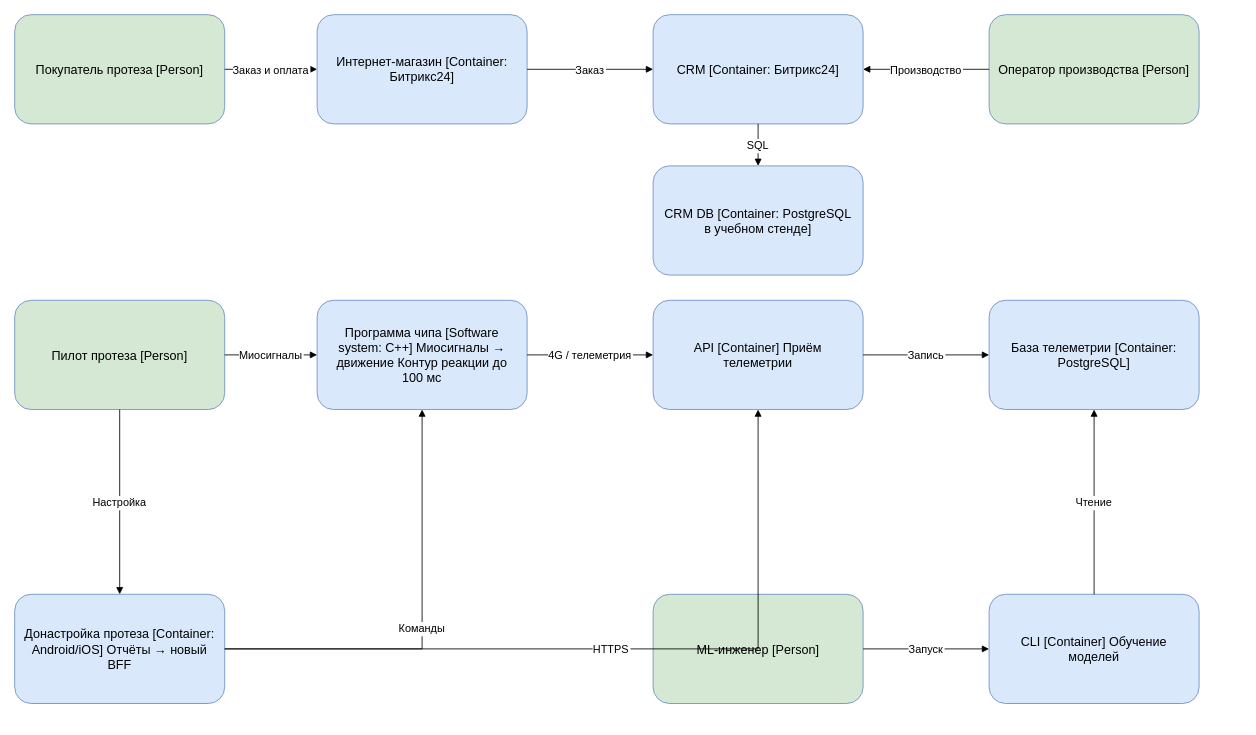
Before: page "C4 — существующий контур" (1 of 3) of docs/bionicpro.drawio in Rainbow42/architecture-bionicpro, a draw.io diagram. Source tidied: cells renumbered, new cells numbered last; positions are measured from the earlier drawing's top-left corner, leaving out a move shared by most shapes. Both pictures are drawn from the tidied source at 84%, with x=0, y=0 at pixel (14, 14).
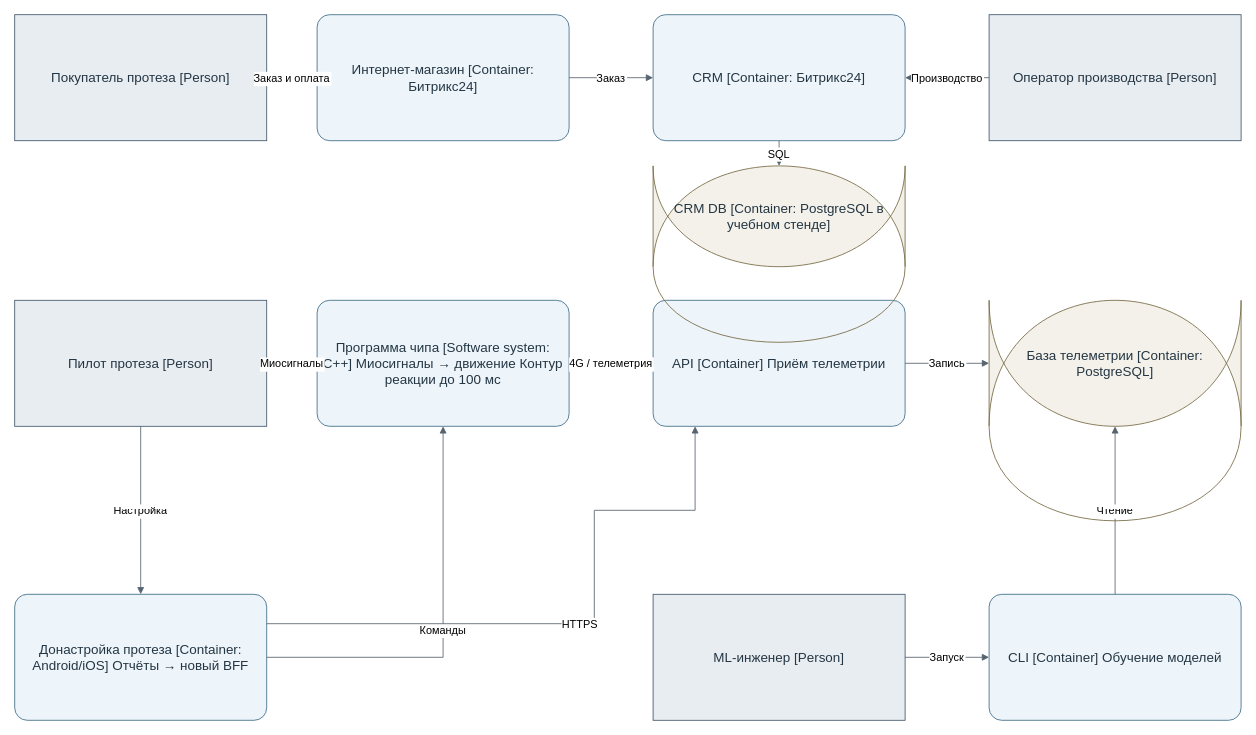
The same diagram, later.

The edit, as a diff of the source:
```diff
@@
-    <mxCell id="2" value="Покупатель протеза [Person]" style="rounded=1;whiteSpace=wrap;html=0;fontSize=15;fillColor=#d5e8d4;strokeColor=#6c8ebf;spacing=10;" parent="1" vertex="1">
-      <mxGeometry width="250" height="130" as="geometry" />
+    <mxCell id="2" value="Покупатель протеза [Person]" style="whiteSpace=wrap;html=0;fontSize=16;spacing=8;fillColor=#e8edf2;strokeColor=#42566a;fontColor=#243643;rounded=0;" parent="1" vertex="1">
+      <mxGeometry width="300" height="150" as="geometry" />
     </mxCell>
-    <mxCell id="3" value="Интернет-магазин [Container: Битрикс24]" style="rounded=1;whiteSpace=wrap;html=0;fontSize=15;fillColor=#dae8fc;strokeColor=#6c8ebf;spacing=10;" parent="1" vertex="1">
-      <mxGeometry x="360" width="250" height="130" as="geometry" />
+    <mxCell id="3" value="Интернет-магазин [Container:&#10;Битрикс24]" style="whiteSpace=wrap;html=0;fontSize=16;spacing=8;fillColor=#edf4fa;strokeColor=#3f6a87;fontColor=#243643;rounded=1;arcSize=10;" parent="1" vertex="1">
+      <mxGeometry x="360" width="300" height="150" as="geometry" />
     </mxCell>
-    <mxCell id="4" value="CRM [Container: Битрикс24]" style="rounded=1;whiteSpace=wrap;html=0;fontSize=15;fillColor=#dae8fc;strokeColor=#6c8ebf;spacing=10;" parent="1" vertex="1">
-      <mxGeometry x="760" width="250" height="130" as="geometry" />
+    <mxCell id="4" value="CRM [Container: Битрикс24]" style="whiteSpace=wrap;html=0;fontSize=16;spacing=8;fillColor=#edf4fa;strokeColor=#3f6a87;fontColor=#243643;rounded=1;arcSize=10;" parent="1" vertex="1">
+      <mxGeometry x="760" width="300" height="150" as="geometry" />
     </mxCell>
-    <mxCell id="5" value="Оператор производства [Person]" style="rounded=1;whiteSpace=wrap;html=0;fontSize=15;fillColor=#d5e8d4;strokeColor=#6c8ebf;spacing=10;" parent="1" vertex="1">
-      <mxGeometry x="1160" width="250" height="130" as="geometry" />
+    <mxCell id="5" value="Оператор производства [Person]" style="whiteSpace=wrap;html=0;fontSize=16;spacing=8;fillColor=#e8edf2;strokeColor=#42566a;fontColor=#243643;rounded=0;" parent="1" vertex="1">
+      <mxGeometry x="1160" width="300" height="150" as="geometry" />
     </mxCell>
-    <mxCell id="6" value="Пилот протеза [Person]" style="rounded=1;whiteSpace=wrap;html=0;fontSize=15;fillColor=#d5e8d4;strokeColor=#6c8ebf;spacing=10;" parent="1" vertex="1">
-      <mxGeometry y="340" width="250" height="130" as="geometry" />
+    <mxCell id="6" value="Пилот протеза [Person]" style="whiteSpace=wrap;html=0;fontSize=16;spacing=8;fillColor=#e8edf2;strokeColor=#42566a;fontColor=#243643;rounded=0;" parent="1" vertex="1">
+      <mxGeometry y="340" width="300" height="150" as="geometry" />
     </mxCell>
-    <mxCell id="7" value="Программа чипа [Software system: C++] Миосигналы → движение Контур реакции до 100 мс" style="rounded=1;whiteSpace=wrap;html=0;fontSize=15;fillColor=#dae8fc;strokeColor=#6c8ebf;spacing=10;" parent="1" vertex="1">
-      <mxGeometry x="360" y="340" width="250" height="130" as="geometry" />
+    <mxCell id="7" value="Программа чипа [Software system:&#10;C++] Миосигналы → движение Контур&#10;реакции до 100 мс" style="whiteSpace=wrap;html=0;fontSize=16;spacing=8;fillColor=#edf4fa;strokeColor=#3f6a87;fontColor=#243643;rounded=1;arcSize=10;" parent="1" vertex="1">
+      <mxGeometry x="360" y="340" width="300" height="150" as="geometry" />
     </mxCell>
-    <mxCell id="8" value="API [Container] Приём телеметрии" style="rounded=1;whiteSpace=wrap;html=0;fontSize=15;fillColor=#dae8fc;strokeColor=#6c8ebf;spacing=10;" parent="1" vertex="1">
-      <mxGeometry x="760" y="340" width="250" height="130" as="geometry" />
+    <mxCell id="8" value="API [Container] Приём телеметрии" style="whiteSpace=wrap;html=0;fontSize=16;spacing=8;fillColor=#edf4fa;strokeColor=#3f6a87;fontColor=#243643;rounded=1;arcSize=10;" parent="1" vertex="1">
+      <mxGeometry x="760" y="340" width="300" height="150" as="geometry" />
     </mxCell>
-    <mxCell id="9" value="База телеметрии [Container: PostgreSQL]" style="rounded=1;whiteSpace=wrap;html=0;fontSize=15;fillColor=#dae8fc;strokeColor=#6c8ebf;spacing=10;" parent="1" vertex="1">
-      <mxGeometry x="1160" y="340" width="250" height="130" as="geometry" />
+    <mxCell id="9" value="База телеметрии [Container:&#10;PostgreSQL]" style="whiteSpace=wrap;html=0;fontSize=16;spacing=8;fillColor=#f3f1e9;strokeColor=#756842;fontColor=#243643;shape=cylinder;size=15;" parent="1" vertex="1">
+      <mxGeometry x="1160" y="340" width="300" height="150" as="geometry" />
     </mxCell>
-    <mxCell id="10" value="Донастройка протеза [Container: Android/iOS] Отчёты → новый BFF" style="rounded=1;whiteSpace=wrap;html=0;fontSize=15;fillColor=#dae8fc;strokeColor=#6c8ebf;spacing=10;" parent="1" vertex="1">
-      <mxGeometry y="690" width="250" height="130" as="geometry" />
+    <mxCell id="10" value="Донастройка протеза [Container:&#10;Android/iOS] Отчёты → новый BFF" style="whiteSpace=wrap;html=0;fontSize=16;spacing=8;fillColor=#edf4fa;strokeColor=#3f6a87;fontColor=#243643;rounded=1;arcSize=10;" parent="1" vertex="1">
+      <mxGeometry y="690" width="300" height="150" as="geometry" />
     </mxCell>
-    <mxCell id="11" value="ML-инженер [Person]" style="rounded=1;whiteSpace=wrap;html=0;fontSize=15;fillColor=#d5e8d4;strokeColor=#6c8ebf;spacing=10;" parent="1" vertex="1">
-      <mxGeometry x="760" y="690" width="250" height="130" as="geometry" />
+    <mxCell id="11" value="ML-инженер [Person]" style="whiteSpace=wrap;html=0;fontSize=16;spacing=8;fillColor=#e8edf2;strokeColor=#42566a;fontColor=#243643;rounded=0;" parent="1" vertex="1">
+      <mxGeometry x="760" y="690" width="300" height="150" as="geometry" />
     </mxCell>
-    <mxCell id="12" value="CLI [Container] Обучение моделей" style="rounded=1;whiteSpace=wrap;html=0;fontSize=15;fillColor=#dae8fc;strokeColor=#6c8ebf;spacing=10;" parent="1" vertex="1">
-      <mxGeometry x="1160" y="690" width="250" height="130" as="geometry" />
+    <mxCell id="12" value="CLI [Container] Обучение моделей" style="whiteSpace=wrap;html=0;fontSize=16;spacing=8;fillColor=#edf4fa;strokeColor=#3f6a87;fontColor=#243643;rounded=1;arcSize=10;" parent="1" vertex="1">
+      <mxGeometry x="1160" y="690" width="300" height="150" as="geometry" />
     </mxCell>
-    <mxCell id="13" value="CRM DB [Container: PostgreSQL в учебном стенде]" style="rounded=1;whiteSpace=wrap;html=0;fontSize=15;fillColor=#dae8fc;strokeColor=#6c8ebf;spacing=10;" parent="1" vertex="1">
-      <mxGeometry x="760" y="180" width="250" height="130" as="geometry" />
+    <mxCell id="13" value="CRM DB [Container: PostgreSQL в&#10;учебном стенде]" style="whiteSpace=wrap;html=0;fontSize=16;spacing=8;fillColor=#f3f1e9;strokeColor=#756842;fontColor=#243643;shape=cylinder;size=15;" parent="1" vertex="1">
+      <mxGeometry x="760" y="180" width="300" height="120" as="geometry" />
     </mxCell>
-    <mxCell id="14" value="Заказ и оплата" style="edgeStyle=orthogonalEdgeStyle;rounded=0;html=0;fontSize=13;labelBackgroundColor=#ffffff;endArrow=block;" parent="1" edge="1" source="2" target="3">
+    <mxCell id="14" value="Заказ и оплата" style="edgeStyle=orthogonalEdgeStyle;rounded=0;html=0;endArrow=block;endFill=1;fontSize=13;labelBackgroundColor=#ffffff;strokeColor=#56646f;exitX=1;exitY=0.5;entryX=0;entryY=0.5;" parent="1" edge="1" source="2" target="3">
       <mxGeometry relative="1" as="geometry" />
     </mxCell>
-    <mxCell id="15" value="Заказ" style="edgeStyle=orthogonalEdgeStyle;rounded=0;html=0;fontSize=13;labelBackgroundColor=#ffffff;endArrow=block;" parent="1" edge="1" source="3" target="4">
+    <mxCell id="15" value="Заказ" style="edgeStyle=orthogonalEdgeStyle;rounded=0;html=0;endArrow=block;endFill=1;fontSize=13;labelBackgroundColor=#ffffff;strokeColor=#56646f;exitX=1;exitY=0.5;entryX=0;entryY=0.5;" parent="1" edge="1" source="3" target="4">
       <mxGeometry relative="1" as="geometry" />
     </mxCell>
-    <mxCell id="16" value="Производство" style="edgeStyle=orthogonalEdgeStyle;rounded=0;html=0;fontSize=13;labelBackgroundColor=#ffffff;endArrow=block;" parent="1" edge="1" source="5" target="4">
+    <mxCell id="16" value="Производство" style="edgeStyle=orthogonalEdgeStyle;rounded=0;html=0;endArrow=block;endFill=1;fontSize=13;labelBackgroundColor=#ffffff;strokeColor=#56646f;exitX=0;exitY=0.5;entryX=1;entryY=0.5;" parent="1" edge="1" source="5" target="4">
       <mxGeometry relative="1" as="geometry" />
     </mxCell>
-    <mxCell id="17" value="SQL" style="edgeStyle=orthogonalEdgeStyle;rounded=0;html=0;fontSize=13;labelBackgroundColor=#ffffff;endArrow=block;" parent="1" edge="1" source="4" target="13">
+    <mxCell id="17" value="SQL" style="edgeStyle=orthogonalEdgeStyle;rounded=0;html=0;endArrow=block;endFill=1;fontSize=13;labelBackgroundColor=#ffffff;strokeColor=#56646f;exitX=0.5;exitY=1;entryX=0.5;entryY=0;" parent="1" edge="1" source="4" target="13">
       <mxGeometry relative="1" as="geometry" />
     </mxCell>
-    <mxCell id="18" value="Миосигналы" style="edgeStyle=orthogonalEdgeStyle;rounded=0;html=0;fontSize=13;labelBackgroundColor=#ffffff;endArrow=block;" parent="1" edge="1" source="6" target="7">
+    <mxCell id="18" value="Миосигналы" style="edgeStyle=orthogonalEdgeStyle;rounded=0;html=0;endArrow=block;endFill=1;fontSize=13;labelBackgroundColor=#ffffff;strokeColor=#56646f;exitX=1;exitY=0.5;entryX=0;entryY=0.5;" parent="1" edge="1" source="6" target="7">
       <mxGeometry relative="1" as="geometry" />
     </mxCell>
-    <mxCell id="19" value="Настройка" style="edgeStyle=orthogonalEdgeStyle;rounded=0;html=0;fontSize=13;labelBackgroundColor=#ffffff;endArrow=block;" parent="1" edge="1" source="6" target="10">
+    <mxCell id="19" value="Настройка" style="edgeStyle=orthogonalEdgeStyle;rounded=0;html=0;endArrow=block;endFill=1;fontSize=13;labelBackgroundColor=#ffffff;strokeColor=#56646f;exitX=0.5;exitY=1;entryX=0.5;entryY=0;" parent="1" edge="1" source="6" target="10">
       <mxGeometry relative="1" as="geometry" />
     </mxCell>
-    <mxCell id="20" value="Команды" style="edgeStyle=orthogonalEdgeStyle;rounded=0;html=0;fontSize=13;labelBackgroundColor=#ffffff;endArrow=block;" parent="1" edge="1" source="10" target="7">
-      <mxGeometry relative="1" as="geometry" />
+    <mxCell id="20" value="Команды" style="edgeStyle=orthogonalEdgeStyle;rounded=0;html=0;endArrow=block;endFill=1;fontSize=13;labelBackgroundColor=#ffffff;strokeColor=#56646f;exitX=1;exitY=0.5;entryX=0.5;entryY=1;" parent="1" edge="1" source="10" target="7">
+      <mxGeometry relative="1" as="geometry">
+        <Array as="points">
+          <mxPoint x="510" y="765" />
+        </Array>
+      </mxGeometry>
     </mxCell>
-    <mxCell id="21" value="4G / телеметрия" style="edgeStyle=orthogonalEdgeStyle;rounded=0;html=0;fontSize=13;labelBackgroundColor=#ffffff;endArrow=block;" parent="1" edge="1" source="7" target="8">
+    <mxCell id="21" value="4G / телеметрия" style="edgeStyle=orthogonalEdgeStyle;rounded=0;html=0;endArrow=block;endFill=1;fontSize=13;labelBackgroundColor=#ffffff;strokeColor=#56646f;exitX=1;exitY=0.5;entryX=0;entryY=0.5;" parent="1" edge="1" source="7" target="8">
       <mxGeometry relative="1" as="geometry" />
     </mxCell>
-    <mxCell id="22" value="HTTPS" style="edgeStyle=orthogonalEdgeStyle;rounded=0;html=0;fontSize=13;labelBackgroundColor=#ffffff;endArrow=block;" parent="1" edge="1" source="10" target="8">
-      <mxGeometry relative="1" as="geometry" />
+    <mxCell id="22" value="HTTPS" style="edgeStyle=orthogonalEdgeStyle;rounded=0;html=0;endArrow=block;endFill=1;fontSize=13;labelBackgroundColor=#ffffff;strokeColor=#56646f;exitX=1;exitY=0.23333333333333334;entryX=0.16666666666666666;entryY=1;" parent="1" edge="1" source="10" target="8">
+      <mxGeometry relative="1" as="geometry">
+        <Array as="points">
+          <mxPoint x="690" y="725" />
+          <mxPoint x="690" y="590" />
+          <mxPoint x="810" y="590" />
+        </Array>
+      </mxGeometry>
     </mxCell>
-    <mxCell id="23" value="Запись" style="edgeStyle=orthogonalEdgeStyle;rounded=0;html=0;fontSize=13;labelBackgroundColor=#ffffff;endArrow=block;" parent="1" edge="1" source="8" target="9">
+    <mxCell id="23" value="Запись" style="edgeStyle=orthogonalEdgeStyle;rounded=0;html=0;endArrow=block;endFill=1;fontSize=13;labelBackgroundColor=#ffffff;strokeColor=#56646f;exitX=1;exitY=0.5;entryX=0;entryY=0.5;" parent="1" edge="1" source="8" target="9">
       <mxGeometry relative="1" as="geometry" />
     </mxCell>
-    <mxCell id="24" value="Запуск" style="edgeStyle=orthogonalEdgeStyle;rounded=0;html=0;fontSize=13;labelBackgroundColor=#ffffff;endArrow=block;" parent="1" edge="1" source="11" target="12">
+    <mxCell id="24" value="Запуск" style="edgeStyle=orthogonalEdgeStyle;rounded=0;html=0;endArrow=block;endFill=1;fontSize=13;labelBackgroundColor=#ffffff;strokeColor=#56646f;exitX=1;exitY=0.5;entryX=0;entryY=0.5;" parent="1" edge="1" source="11" target="12">
       <mxGeometry relative="1" as="geometry" />
     </mxCell>
-    <mxCell id="25" value="Чтение" style="edgeStyle=orthogonalEdgeStyle;rounded=0;html=0;fontSize=13;labelBackgroundColor=#ffffff;endArrow=block;" parent="1" edge="1" source="12" target="9">
+    <mxCell id="25" value="Чтение" style="edgeStyle=orthogonalEdgeStyle;rounded=0;html=0;endArrow=block;endFill=1;fontSize=13;labelBackgroundColor=#ffffff;strokeColor=#56646f;exitX=0.5;exitY=0;entryX=0.5;entryY=1;" parent="1" edge="1" source="12" target="9">
       <mxGeometry relative="1" as="geometry" />
     </mxCell>
```
